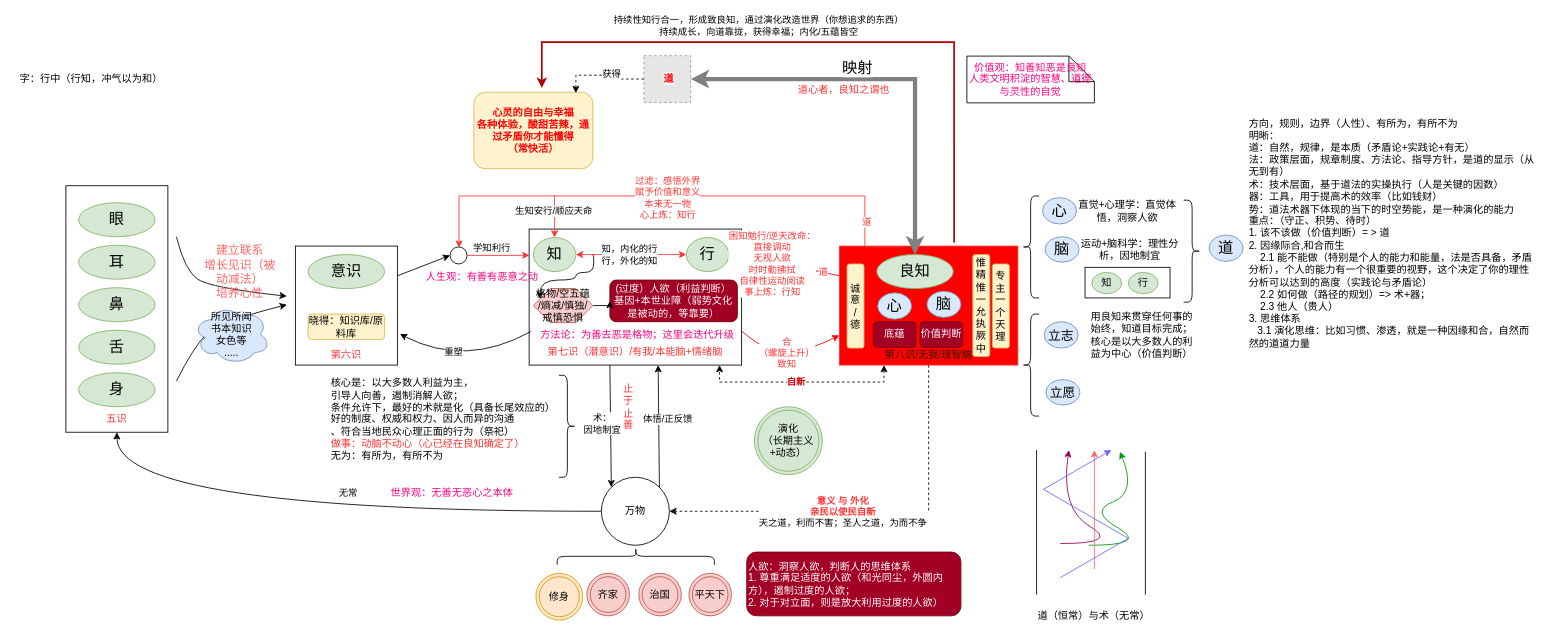
Above: page "良知" (2 of 2) of xinxue.drawio in kason-huang/DrawIO (draw.io), before the change. Source tidied: cells renumbered, new cells numbered last; positions are measured from the earlier drawing's top-left corner, leaving out a move shared by most shapes. Both pictures are drawn from the tidied source at 85%, with x=0, y=0 at pixel (14, 42). Pictures stored in the file or linked from it are replaced by grey dashed boxes.
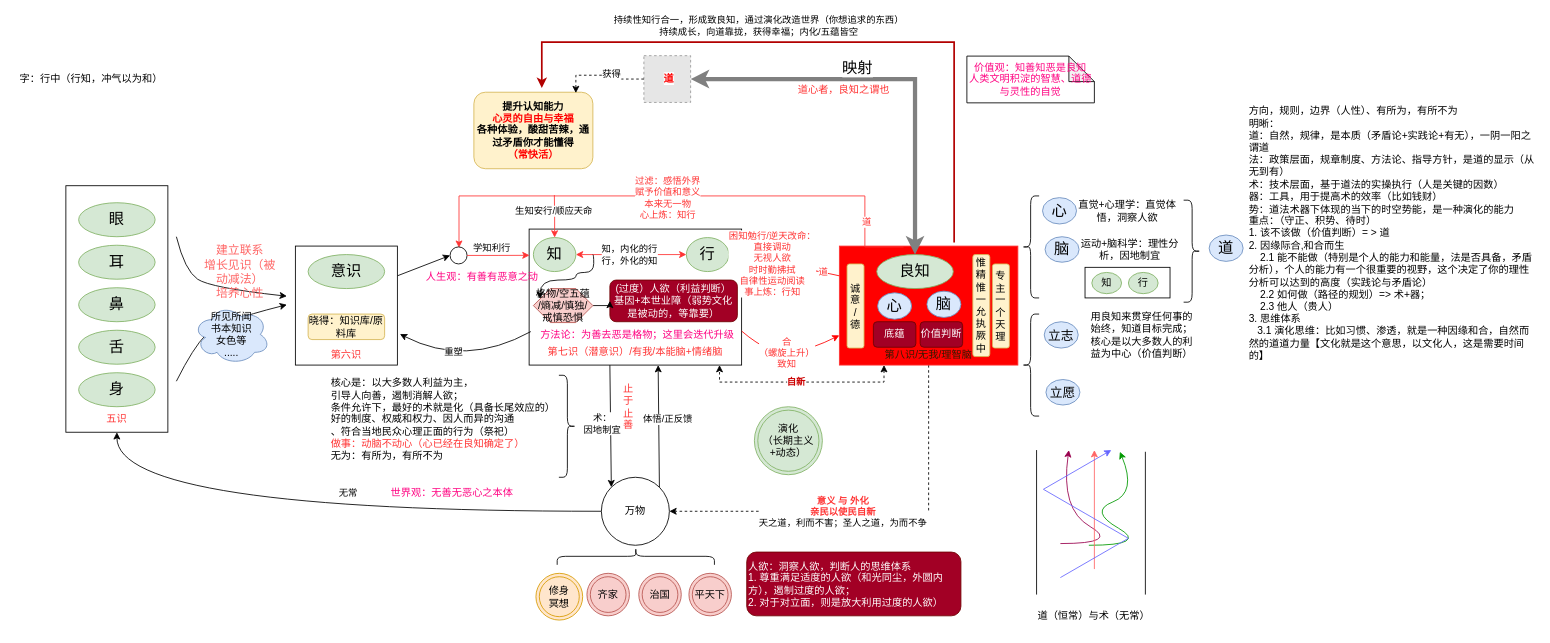
After the change.

What changed in the source:
```diff
@@
-    <mxCell id="54" value="&lt;b&gt;&lt;font color=&quot;#ff0000&quot;&gt;心灵的自由与幸福&lt;br&gt;各种体验，酸甜苦辣，通过矛盾你才能懂得&lt;br&gt;（常快活）&lt;/font&gt;&lt;/b&gt;" style="rounded=1;whiteSpace=wrap;html=1;fillColor=#fff2cc;strokeColor=#d6b656;" parent="1" vertex="1">
+    <mxCell id="54" value="&lt;b&gt;提升认知能力&lt;br&gt;&lt;font color=&quot;#ff0000&quot;&gt;心灵的自由与幸福&lt;/font&gt;&lt;br&gt;各种体验，酸甜苦辣，通过矛盾你才能懂得&lt;br&gt;&lt;font color=&quot;#ff0000&quot;&gt;（常快活）&lt;/font&gt;&lt;/b&gt;" style="rounded=1;whiteSpace=wrap;html=1;fillColor=#fff2cc;strokeColor=#d6b656;" parent="1" vertex="1">
       <mxGeometry x="540" y="59" width="140" height="90" as="geometry" />
     </mxCell>
@@
-    <mxCell id="70" value="修身" style="ellipse;shape=doubleEllipse;whiteSpace=wrap;html=1;fillColor=#ffe6cc;strokeColor=#d79b00;" parent="1" vertex="1">
+    <mxCell id="70" value="修身&lt;br&gt;冥想" style="ellipse;shape=doubleEllipse;whiteSpace=wrap;html=1;fillColor=#ffe6cc;strokeColor=#d79b00;" parent="1" vertex="1">
       <mxGeometry x="613" y="625" width="55" height="55" as="geometry" />
     </mxCell>
@@
-    <mxCell id="81" value="方向，规则，边界（人性）、有所为，有所不为&lt;br&gt;明晰：&lt;br&gt;道：自然，规律，是本质（矛盾论+实践论+有无）&lt;br&gt;法：政策层面，规章制度、方法论、指导方针，是道的显示（从无到有）&lt;br&gt;术：技术层面，基于道法的实操执行（人是关键的因数）&lt;br&gt;器：工具，用于提高术的效率（比如钱财）&lt;br&gt;势：道法术器下体现的当下的时空势能，是一种演化的能力&lt;br&gt;重点：（守正、积势、待时）&lt;br&gt;1. 该不该做（价值判断）= &amp;gt; 道&lt;br&gt;2.&amp;nbsp;因缘际合,和合而生&lt;br&gt;&lt;span style=&quot;&quot;&gt;&lt;span style=&quot;&quot;&gt;&amp;nbsp;&amp;nbsp;&amp;nbsp;&amp;nbsp;&lt;/span&gt;&lt;/span&gt;2.1 能不能做（特别是个人的能力和能量，法是否具备，矛盾分析），个人的能力有一个很重要的视野，这个决定了你的理性分析可以达到的高度（实践论与矛盾论）&lt;br&gt;&lt;span style=&quot;&quot;&gt;&lt;span style=&quot;&quot;&gt;&amp;nbsp;&amp;nbsp;&amp;nbsp;&amp;nbsp;&lt;/span&gt;&lt;/span&gt;2.2&amp;nbsp;如何做（路径的规划）=&amp;gt; 术+器；&lt;br&gt;&amp;nbsp; &amp;nbsp; 2.3 他人（贵人）&lt;br&gt;3. 思维体系&lt;br&gt;&amp;nbsp; &amp;nbsp;3.1 演化思维：比如习惯、渗透，就是一种因缘和合，自然而然的道道力量" style="text;html=1;strokeColor=none;fillColor=none;align=left;verticalAlign=middle;whiteSpace=wrap;rounded=0;" parent="1" vertex="1">
+    <mxCell id="81" value="方向，规则，边界（人性）、有所为，有所不为&lt;br&gt;明晰：&lt;br&gt;道：自然，规律，是本质（矛盾论+实践论+有无），一阴一阳之谓道&lt;br&gt;法：政策层面，规章制度、方法论、指导方针，是道的显示（从无到有）&lt;br&gt;术：技术层面，基于道法的实操执行（人是关键的因数）&lt;br&gt;器：工具，用于提高术的效率（比如钱财）&lt;br&gt;势：道法术器下体现的当下的时空势能，是一种演化的能力&lt;br&gt;重点：（守正、积势、待时）&lt;br&gt;1. 该不该做（价值判断）= &amp;gt; 道&lt;br&gt;2.&amp;nbsp;因缘际合,和合而生&lt;br&gt;&lt;span style=&quot;&quot;&gt;&lt;span style=&quot;&quot;&gt;&amp;nbsp;&amp;nbsp;&amp;nbsp;&amp;nbsp;&lt;/span&gt;&lt;/span&gt;2.1 能不能做（特别是个人的能力和能量，法是否具备，矛盾分析），个人的能力有一个很重要的视野，这个决定了你的理性分析可以达到的高度（实践论与矛盾论）&lt;br&gt;&lt;span style=&quot;&quot;&gt;&lt;span style=&quot;&quot;&gt;&amp;nbsp;&amp;nbsp;&amp;nbsp;&amp;nbsp;&lt;/span&gt;&lt;/span&gt;2.2&amp;nbsp;如何做（路径的规划）=&amp;gt; 术+器；&lt;br&gt;&amp;nbsp; &amp;nbsp; 2.3 他人（贵人）&lt;br&gt;3. 思维体系&lt;br&gt;&amp;nbsp; &amp;nbsp;3.1 演化思维：比如习惯、渗透，就是一种因缘和合，自然而然的道道力量【文化就是这个意思，以文化人，这是需要时间的】" style="text;html=1;strokeColor=none;fillColor=none;align=left;verticalAlign=middle;whiteSpace=wrap;rounded=0;" parent="1" vertex="1">
       <mxGeometry x="1450" y="200" width="340" height="50" as="geometry" />
     </mxCell>
```
